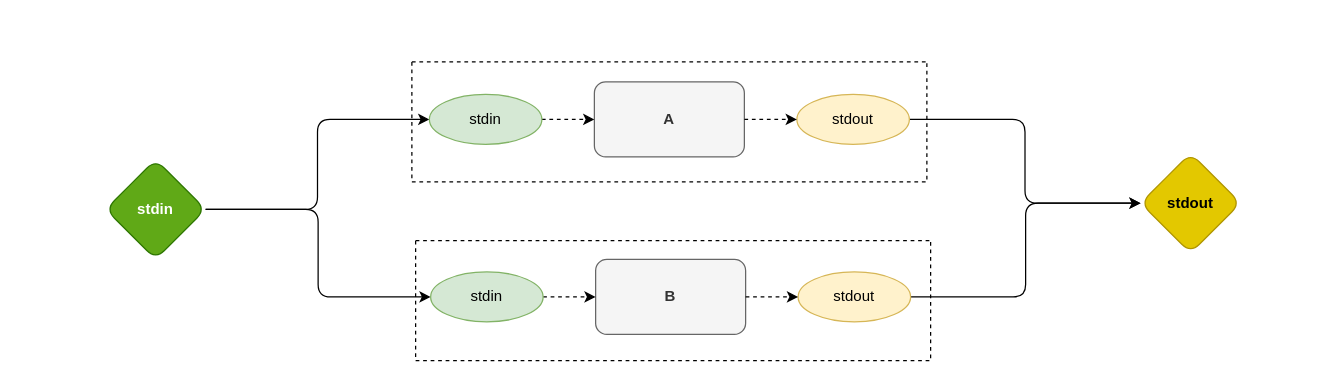
Before: example.drawio in z64/odin0d, a draw.io diagram. Source tidied: cells renumbered, new cells numbered last; positions are measured from the earlier drawing's top-left corner, leaving out a move shared by most shapes. Both pictures are drawn from the tidied source at 125%, with x=0, y=0 at pixel (105, 61).
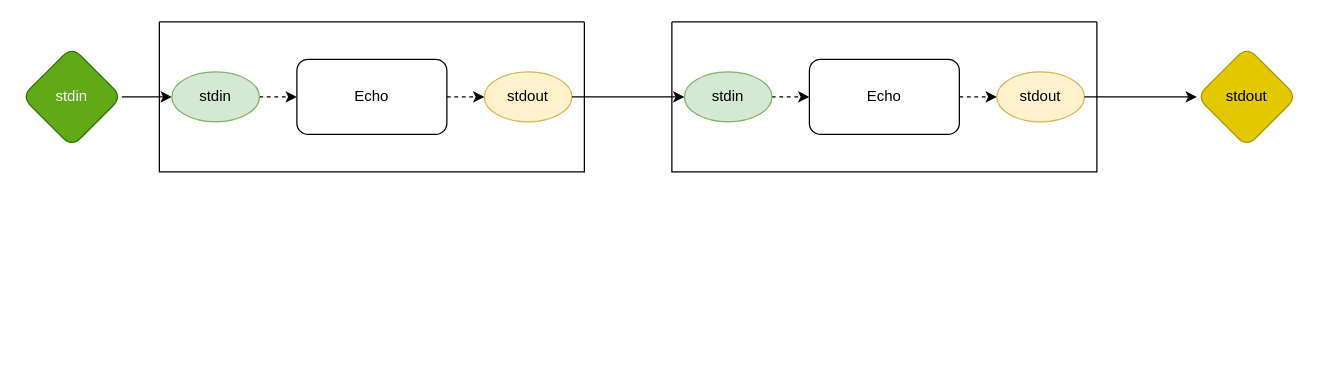
After the change.

Commit message:
working on video

Change to the diagram source:
```diff
@@
 <mxGraphModel>
   <root>
     <mxCell id="0" />
     <mxCell id="1" parent="0" />
-    <mxCell id="2" style="edgeStyle=orthogonalEdgeStyle;rounded=1;jettySize=auto;html=1;exitX=1;exitY=0.5;exitDx=0;exitDy=0;entryX=0;entryY=0.5;entryDx=0;entryDy=0;" parent="1" edge="1" source="4" target="11">
-      <mxGeometry relative="1" as="geometry" />
-    </mxCell>
-    <mxCell id="3" style="edgeStyle=orthogonalEdgeStyle;rounded=1;jettySize=auto;html=1;exitX=1;exitY=0.5;exitDx=0;exitDy=0;entryX=0;entryY=0.5;entryDx=0;entryDy=0;" parent="1" edge="1" source="4" target="17">
-      <mxGeometry relative="1" as="geometry" />
-    </mxCell>
-    <mxCell id="4" value="stdin" style="rhombus;whiteSpace=wrap;html=1;rounded=1;fillColor=#60a917;strokeColor=#2D7600;fontStyle=1;fontColor=#ffffff;" parent="1" vertex="1">
-      <mxGeometry y="78" width="80" height="80" as="geometry" />
-    </mxCell>
-    <mxCell id="5" value="stdout" style="rhombus;whiteSpace=wrap;html=1;rounded=1;fillColor=#e3c800;strokeColor=#B09500;fontStyle=1;fontColor=#000000;" parent="1" vertex="1">
-      <mxGeometry x="828" y="73" width="80" height="80" as="geometry" />
-    </mxCell>
-    <mxCell id="6" style="edgeStyle=orthogonalEdgeStyle;rounded=1;jettySize=auto;html=1;exitX=1;exitY=0.5;exitDx=0;exitDy=0;entryX=0;entryY=0.5;entryDx=0;entryDy=0;" parent="1" edge="1" source="12" target="5">
-      <mxGeometry relative="1" as="geometry" />
-    </mxCell>
-    <mxCell id="7" style="edgeStyle=orthogonalEdgeStyle;rounded=1;jettySize=auto;html=1;exitX=1;exitY=0.5;exitDx=0;exitDy=0;entryX=0;entryY=0.5;entryDx=0;entryDy=0;" parent="1" edge="1" source="18" target="5">
-      <mxGeometry relative="1" as="geometry" />
-    </mxCell>
-    <mxCell id="8" style="swimlane;startSize=0;fillColor=none;strokeWidth=1;dashed=1;" parent="1" vertex="1">
-      <mxGeometry x="245" width="412" height="96" as="geometry" />
-    </mxCell>
-    <mxCell id="9" value="A" style="rounded=1;whiteSpace=wrap;html=1;fillColor=#f5f5f5;strokeColor=#666666;fontColor=#333333;fontStyle=1;" parent="8" vertex="1">
-      <mxGeometry x="146" y="16" width="120" height="60" as="geometry" />
-    </mxCell>
-    <mxCell id="10" style="edgeStyle=orthogonalEdgeStyle;rounded=1;jettySize=auto;html=1;exitX=1;exitY=0.5;exitDx=0;exitDy=0;entryX=0;entryY=0.5;entryDx=0;entryDy=0;endArrow=classic;endFill=1;dashed=1;" parent="8" edge="1" source="11" target="9">
-      <mxGeometry relative="1" as="geometry" />
-    </mxCell>
-    <mxCell id="11" value="stdin" style="ellipse;whiteSpace=wrap;html=1;rounded=1;fillColor=#d5e8d4;strokeColor=#82b366;" parent="8" vertex="1">
-      <mxGeometry x="14" y="26" width="90" height="40" as="geometry" />
-    </mxCell>
-    <mxCell id="12" value="stdout" style="ellipse;whiteSpace=wrap;html=1;rounded=1;fillColor=#fff2cc;strokeColor=#d6b656;" parent="8" vertex="1">
-      <mxGeometry x="308" y="26" width="90" height="40" as="geometry" />
-    </mxCell>
-    <mxCell id="13" style="edgeStyle=orthogonalEdgeStyle;rounded=1;jettySize=auto;html=1;exitX=1;exitY=0.5;exitDx=0;exitDy=0;endArrow=classic;endFill=1;dashed=1;" parent="8" edge="1" source="9" target="12">
-      <mxGeometry relative="1" as="geometry" />
-    </mxCell>
-    <mxCell id="14" style="swimlane;startSize=0;dashed=1;" parent="1" vertex="1">
-      <mxGeometry x="248" y="143" width="412" height="96" as="geometry" />
-    </mxCell>
-    <mxCell id="15" value="B" style="rounded=1;whiteSpace=wrap;html=1;fontStyle=1;fillColor=#f5f5f5;strokeColor=#666666;fontColor=#333333;" parent="14" vertex="1">
-      <mxGeometry x="144" y="15" width="120" height="60" as="geometry" />
-    </mxCell>
-    <mxCell id="16" style="edgeStyle=orthogonalEdgeStyle;rounded=1;jettySize=auto;html=1;exitX=1;exitY=0.5;exitDx=0;exitDy=0;entryX=0;entryY=0.5;entryDx=0;entryDy=0;endArrow=classic;endFill=1;dashed=1;" parent="14" edge="1" source="17" target="15">
-      <mxGeometry relative="1" as="geometry" />
-    </mxCell>
-    <mxCell id="17" value="stdin" style="ellipse;whiteSpace=wrap;html=1;rounded=1;fillColor=#d5e8d4;strokeColor=#82b366;" parent="14" vertex="1">
-      <mxGeometry x="12" y="25" width="90" height="40" as="geometry" />
-    </mxCell>
-    <mxCell id="18" value="stdout" style="ellipse;whiteSpace=wrap;html=1;rounded=1;fillColor=#fff2cc;strokeColor=#d6b656;" parent="14" vertex="1">
-      <mxGeometry x="306" y="25" width="90" height="40" as="geometry" />
-    </mxCell>
-    <mxCell id="19" style="edgeStyle=orthogonalEdgeStyle;rounded=1;jettySize=auto;html=1;exitX=1;exitY=0.5;exitDx=0;exitDy=0;endArrow=classic;endFill=1;dashed=1;" parent="14" edge="1" source="15" target="18">
-      <mxGeometry relative="1" as="geometry" />
-    </mxCell>
+    <mxCell id="20" style="edgeStyle=orthogonalEdgeStyle;rounded=0;jettySize=auto;html=1;exitX=1;exitY=0.5;exitDx=0;exitDy=0;" parent="1" edge="1" source="21" target="26">
+      <mxGeometry relative="1" as="geometry" />
+    </mxCell>
+    <mxCell id="21" value="stdin" style="rhombus;whiteSpace=wrap;html=1;rounded=1;fillColor=#60a917;strokeColor=#2D7600;fontColor=#ffffff;" parent="1" vertex="1">
+      <mxGeometry x="-67" y="-12" width="80" height="80" as="geometry" />
+    </mxCell>
+    <mxCell id="22" value="stdout" style="rhombus;whiteSpace=wrap;html=1;rounded=1;fillColor=#e3c800;strokeColor=#B09500;fontColor=#000000;" parent="1" vertex="1">
+      <mxGeometry x="873" y="-12" width="80" height="80" as="geometry" />
+    </mxCell>
+    <mxCell id="23" style="swimlane;startSize=0;rounded=1;" parent="1" vertex="1">
+      <mxGeometry x="43" y="-32" width="340" height="120" as="geometry" />
+    </mxCell>
+    <mxCell id="24" value="Echo" style="rounded=1;whiteSpace=wrap;html=1;" parent="23" vertex="1">
+      <mxGeometry x="110" y="30" width="120" height="60" as="geometry" />
+    </mxCell>
+    <mxCell id="25" style="edgeStyle=orthogonalEdgeStyle;rounded=0;jettySize=auto;html=1;exitX=1;exitY=0.5;exitDx=0;exitDy=0;entryX=0;entryY=0.5;entryDx=0;entryDy=0;dashed=1;" parent="23" edge="1" source="26" target="24">
+      <mxGeometry relative="1" as="geometry" />
+    </mxCell>
+    <mxCell id="26" value="stdin" style="ellipse;whiteSpace=wrap;html=1;rounded=1;fillColor=#d5e8d4;strokeColor=#82b366;" parent="23" vertex="1">
+      <mxGeometry x="10" y="40" width="70" height="40" as="geometry" />
+    </mxCell>
+    <mxCell id="27" value="stdout" style="ellipse;whiteSpace=wrap;html=1;rounded=1;fillColor=#fff2cc;strokeColor=#d6b656;" parent="23" vertex="1">
+      <mxGeometry x="260" y="40" width="70" height="40" as="geometry" />
+    </mxCell>
+    <mxCell id="28" style="edgeStyle=orthogonalEdgeStyle;rounded=0;jettySize=auto;html=1;exitX=1;exitY=0.5;exitDx=0;exitDy=0;entryX=0;entryY=0.5;entryDx=0;entryDy=0;dashed=1;" parent="23" edge="1" source="24" target="27">
+      <mxGeometry relative="1" as="geometry" />
+    </mxCell>
+    <mxCell id="29" style="swimlane;startSize=0;rounded=1;" parent="1" vertex="1">
+      <mxGeometry x="453" y="-32" width="340" height="120" as="geometry" />
+    </mxCell>
+    <mxCell id="30" value="Echo" style="rounded=1;whiteSpace=wrap;html=1;" parent="29" vertex="1">
+      <mxGeometry x="110" y="30" width="120" height="60" as="geometry" />
+    </mxCell>
+    <mxCell id="31" style="edgeStyle=orthogonalEdgeStyle;rounded=0;jettySize=auto;html=1;exitX=1;exitY=0.5;exitDx=0;exitDy=0;entryX=0;entryY=0.5;entryDx=0;entryDy=0;dashed=1;" parent="29" edge="1" source="32" target="30">
+      <mxGeometry relative="1" as="geometry" />
+    </mxCell>
+    <mxCell id="32" value="stdin" style="ellipse;whiteSpace=wrap;html=1;rounded=1;fillColor=#d5e8d4;strokeColor=#82b366;" parent="29" vertex="1">
+      <mxGeometry x="10" y="40" width="70" height="40" as="geometry" />
+    </mxCell>
+    <mxCell id="33" value="stdout" style="ellipse;whiteSpace=wrap;html=1;rounded=1;fillColor=#fff2cc;strokeColor=#d6b656;" parent="29" vertex="1">
+      <mxGeometry x="260" y="40" width="70" height="40" as="geometry" />
+    </mxCell>
+    <mxCell id="34" style="edgeStyle=orthogonalEdgeStyle;rounded=0;jettySize=auto;html=1;exitX=1;exitY=0.5;exitDx=0;exitDy=0;entryX=0;entryY=0.5;entryDx=0;entryDy=0;dashed=1;" parent="29" edge="1" source="30" target="33">
+      <mxGeometry relative="1" as="geometry" />
+    </mxCell>
+    <mxCell id="35" style="edgeStyle=orthogonalEdgeStyle;rounded=0;jettySize=auto;html=1;exitX=1;exitY=0.5;exitDx=0;exitDy=0;entryX=0;entryY=0.5;entryDx=0;entryDy=0;" parent="1" edge="1" source="33" target="22">
+      <mxGeometry relative="1" as="geometry" />
+    </mxCell>
+    <mxCell id="36" style="edgeStyle=orthogonalEdgeStyle;rounded=0;jettySize=auto;html=1;exitX=1;exitY=0.5;exitDx=0;exitDy=0;entryX=0;entryY=0.5;entryDx=0;entryDy=0;" parent="1" edge="1" source="27" target="32">
+      <mxGeometry relative="1" as="geometry" />
+    </mxCell>
   </root>
 </mxGraphModel>
```
